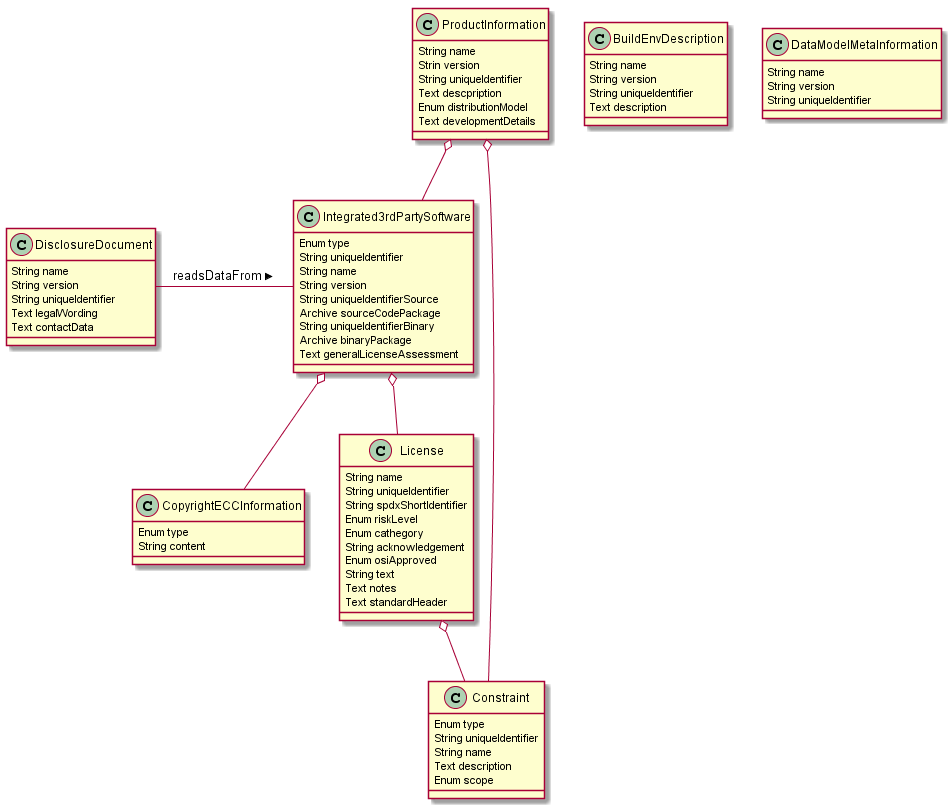
Open-Source-Compliance/Sharing-creates-value keeps this PlantUML diagram as Tooling-Landscape/Unanimous-Understanding/Data Structures/DataExchangeFormat-UML-Class-Diagram.png. Above is the earlier version. The source it was exported from:
```plantuml
@startuml
class BuildEnvDescription {
   String name
   String version
   String uniqueIdentifier
   Text description
}
class Constraint {
   Enum type
   String uniqueIdentifier
   String name
   Text description
   Enum scope
}
class CopyrightECCInformation {
   Enum type
   String content
}
class DataModelMetaInformation {

  String name
  String version
  String uniqueIdentifier

}
class DisclosureDocument {

  String name
  String version
  String uniqueIdentifier
  Text legalWording
  Text contactData
}
class Integrated3rdPartySoftware {
  Enum type
  String uniqueIdentifier
  String name
  String version
  String uniqueIdentifierSource
  Archive sourceCodePackage
  String uniqueIdentifierBinary
  Archive binaryPackage
  Text generalLicenseAssessment
}
class License {
  String name
  String uniqueIdentifier
  String spdxShortIdentifier
  Enum riskLevel
  Enum cathegory
  String acknowledgement
  Enum osiApproved
  String text
  Text notes
  Text standardHeader

}

class ProductInformation {
   String name
   Strin version
   String uniqueIdentifier
   Text descpription
   Enum distributionModel
   Text developmentDetails
}
Integrated3rdPartySoftware o-- License
Integrated3rdPartySoftware o-- CopyrightECCInformation
License o-- Constraint
ProductInformation o-- Constraint
ProductInformation o-- Integrated3rdPartySoftware
DisclosureDocument - Integrated3rdPartySoftware : readsDataFrom >
@enduml
```
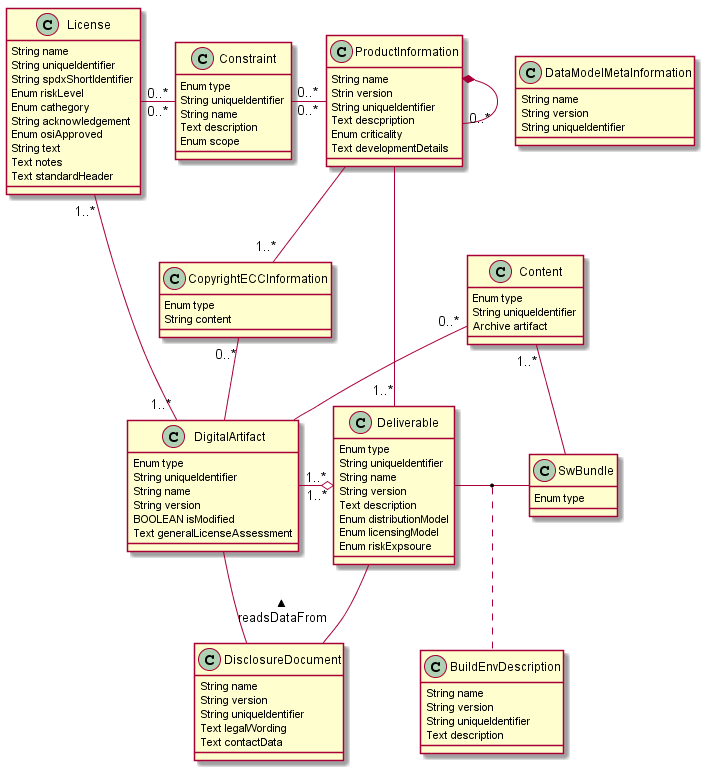
The same diagram one commit later.

What changed in the source:
```diff
@@ -5,6 +5,13 @@
    String uniqueIdentifier
    Text description
 }
+
+class Content{
+	Enum type
+	String uniqueIdentifier
+	Archive artifact
+}
+
 class Constraint {
    Enum type
    String uniqueIdentifier
@@ -23,6 +30,17 @@
   String uniqueIdentifier
 
 }
+class Deliverable{
+   Enum type
+   String uniqueIdentifier
+   String name
+   String version
+   Text description
+   Enum distributionModel
+   Enum licensingModel
+   Enum riskExpsoure
+
+}
 class DisclosureDocument {
 
   String name
@@ -31,17 +49,16 @@
   Text legalWording
   Text contactData
 }
-class Integrated3rdPartySoftware {
+
+class DigitalArtifact {
   Enum type
   String uniqueIdentifier
   String name
   String version
-  String uniqueIdentifierSource
-  Archive sourceCodePackage
-  String uniqueIdentifierBinary
-  Archive binaryPackage
+  BOOLEAN isModified
   Text generalLicenseAssessment
 }
+
 class License {
   String name
   String uniqueIdentifier
@@ -61,13 +78,25 @@
    Strin version
    String uniqueIdentifier
    Text descpription
-   Enum distributionModel
+   Enum criticality
    Text developmentDetails
 }
-Integrated3rdPartySoftware o-- License
-Integrated3rdPartySoftware o-- CopyrightECCInformation
-License o-- Constraint
-ProductInformation o-- Constraint
-ProductInformation o-- Integrated3rdPartySoftware
-DisclosureDocument - Integrated3rdPartySoftware : readsDataFrom >
+class SwBundle{
+Enum type
+}
+
+License "1..*" -- "1..*" DigitalArtifact
+License "0..*" - "0..*" Constraint
+Constraint "0..*" - "0..*" ProductInformation
+CopyrightECCInformation "0..*" -- DigitalArtifact
+Deliverable - SwBundle
+Deliverable -- DisclosureDocument
+(Deliverable, SwBundle) .. BuildEnvDescription
+Content "0..*" -- DigitalArtifact
+DigitalArtifact "1..*" -o "1..*" Deliverable
+Content "1..*" -- SwBundle
+ProductInformation -- "1..*" CopyrightECCInformation
+ProductInformation -- "1..*" Deliverable
+ProductInformation *- "0..*" ProductInformation
+DigitalArtifact -- DisclosureDocument : readsDataFrom <
 @enduml
```
